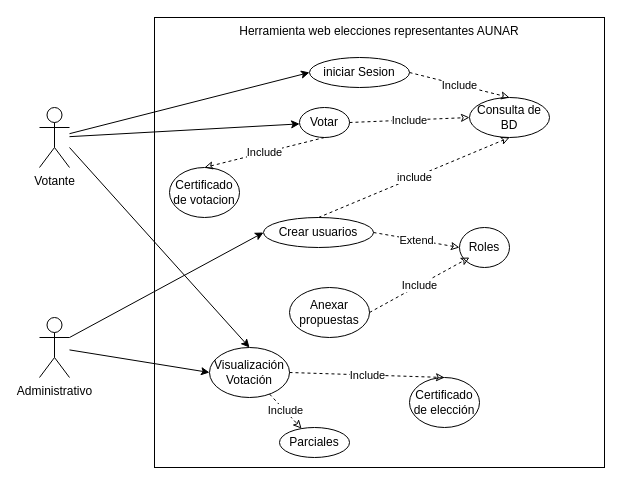
Earlier version of the draw.io diagram Casa de uso MS.drawio (Andres-Nicolas/Diagramas). Source tidied: cells renumbered, new cells numbered last; positions are measured from the earlier drawing's top-left corner, leaving out a move shared by most shapes. Both pictures are drawn from the tidied source at 100%, with x=0, y=0 at pixel (39, 17).
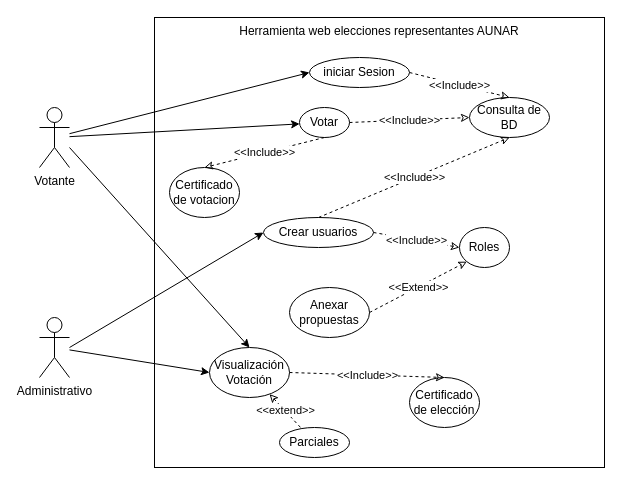
Above is the later version.

The change refers to these unchanged cells:
```xml
<mxCell id="6" value="Crear usuarios" style="ellipse;whiteSpace=wrap;html=1;" parent="1" vertex="1">
  <mxGeometry x="224" y="200" width="110" height="30" as="geometry" />
</mxCell>
<mxCell id="7" value="Votar" style="ellipse;whiteSpace=wrap;html=1;" parent="1" vertex="1">
  <mxGeometry x="260" y="90" width="50" height="30" as="geometry" />
</mxCell>
<mxCell id="8" value="Certificado de votacion" style="ellipse;whiteSpace=wrap;html=1;" parent="1" vertex="1">
  <mxGeometry x="130" y="150" width="70" height="50" as="geometry" />
</mxCell>
<mxCell id="9" value="Consulta de BD" style="ellipse;whiteSpace=wrap;html=1;" parent="1" vertex="1">
  <mxGeometry x="430" y="80" width="80" height="40" as="geometry" />
</mxCell>
<mxCell id="10" value="Anexar propuestas" style="ellipse;whiteSpace=wrap;html=1;" parent="1" vertex="1">
  <mxGeometry x="250" y="270" width="80" height="50" as="geometry" />
</mxCell>
<mxCell id="11" value="Roles" style="ellipse;whiteSpace=wrap;html=1;" parent="1" vertex="1">
  <mxGeometry x="420" y="210" width="50" height="40" as="geometry" />
</mxCell>
<mxCell id="12" value="iniciar Sesion" style="ellipse;whiteSpace=wrap;html=1;" parent="1" vertex="1">
  <mxGeometry x="270" y="40" width="100" height="30" as="geometry" />
</mxCell>
<mxCell id="19" value="Visualización Votación" style="ellipse;whiteSpace=wrap;html=1;" parent="1" vertex="1">
  <mxGeometry x="170" y="330" width="80" height="50" as="geometry" />
</mxCell>
<mxCell id="20" value="Parciales" style="ellipse;whiteSpace=wrap;html=1;" parent="1" vertex="1">
  <mxGeometry x="240" y="410" width="70" height="30" as="geometry" />
</mxCell>
<mxCell id="21" value="Certificado de elección" style="ellipse;whiteSpace=wrap;html=1;" parent="1" vertex="1">
  <mxGeometry x="370" y="360" width="70" height="50" as="geometry" />
</mxCell>
```

What changed in the source:
```diff
@@
-    <mxCell id="13" value="Include" style="endArrow=classic;dashed=1;html=1;rounded=0;exitX=1;exitY=0.5;exitDx=0;exitDy=0;entryX=0.5;entryY=0;entryDx=0;entryDy=0;endFill=0;" parent="1" edge="1" source="12" target="9">
+    <mxCell id="13" value="&amp;lt;&amp;lt;Include&amp;gt;&amp;gt;" style="endArrow=classic;dashed=1;html=1;rounded=0;exitX=1;exitY=0.5;exitDx=0;exitDy=0;entryX=0.5;entryY=0;entryDx=0;entryDy=0;endFill=0;" parent="1" edge="1" source="12" target="9">
       <mxGeometry relative="1" as="geometry" />
     </mxCell>
-    <mxCell id="14" value="include" style="endArrow=classic;dashed=1;html=1;rounded=0;exitX=0.5;exitY=0;exitDx=0;exitDy=0;entryX=0.5;entryY=1;entryDx=0;entryDy=0;endFill=0;" parent="1" edge="1" source="6" target="9">
+    <mxCell id="14" value="&amp;lt;&amp;lt;Include&amp;gt;&amp;gt;" style="endArrow=classic;dashed=1;html=1;rounded=0;exitX=0.5;exitY=0;exitDx=0;exitDy=0;entryX=0.5;entryY=1;entryDx=0;entryDy=0;endFill=0;" parent="1" edge="1" source="6" target="9">
       <mxGeometry relative="1" as="geometry" />
     </mxCell>
-    <mxCell id="15" value="Include" style="endArrow=classic;dashed=1;html=1;rounded=0;exitX=1;exitY=0.5;exitDx=0;exitDy=0;entryX=0;entryY=0.5;entryDx=0;entryDy=0;endFill=0;" parent="1" edge="1" source="7" target="9">
+    <mxCell id="15" value="&amp;lt;&amp;lt;Include&amp;gt;&amp;gt;" style="endArrow=classic;dashed=1;html=1;rounded=0;exitX=1;exitY=0.5;exitDx=0;exitDy=0;entryX=0;entryY=0.5;entryDx=0;entryDy=0;endFill=0;" parent="1" edge="1" source="7" target="9">
       <mxGeometry relative="1" as="geometry" />
     </mxCell>
-    <mxCell id="16" value="Include" style="endArrow=classic;dashed=1;html=1;rounded=0;exitX=0.5;exitY=1;exitDx=0;exitDy=0;entryX=0.5;entryY=0;entryDx=0;entryDy=0;endFill=0;" parent="1" edge="1" source="7" target="8">
+    <mxCell id="16" value="&amp;lt;&amp;lt;Include&amp;gt;&amp;gt;" style="endArrow=classic;dashed=1;html=1;rounded=0;exitX=0.5;exitY=1;exitDx=0;exitDy=0;entryX=0.5;entryY=0;entryDx=0;entryDy=0;endFill=0;" parent="1" edge="1" source="7" target="8">
       <mxGeometry relative="1" as="geometry" />
     </mxCell>
-    <mxCell id="17" value="Extend" style="endArrow=classic;dashed=1;html=1;rounded=0;exitX=1;exitY=0.5;exitDx=0;exitDy=0;entryX=0;entryY=0.5;entryDx=0;entryDy=0;endFill=0;" parent="1" edge="1" source="6" target="11">
+    <mxCell id="17" value="&amp;lt;&amp;lt;Include&amp;gt;&amp;gt;" style="endArrow=classic;dashed=1;html=1;rounded=0;exitX=1;exitY=0.5;exitDx=0;exitDy=0;entryX=0;entryY=0.5;entryDx=0;entryDy=0;endFill=0;" parent="1" edge="1" source="6" target="11">
       <mxGeometry relative="1" as="geometry" />
     </mxCell>
-    <mxCell id="18" value="Include" style="endArrow=classic;dashed=1;html=1;rounded=0;exitX=1;exitY=0.5;exitDx=0;exitDy=0;entryX=0;entryY=0.5;entryDx=0;entryDy=0;endFill=0;" parent="1" edge="1" source="10">
-      <mxGeometry relative="1" as="geometry">
-        <mxPoint x="430" y="240" as="targetPoint" />
-      </mxGeometry>
+    <mxCell id="18" value="&amp;lt;&amp;lt;Extend&amp;gt;&amp;gt;" style="endArrow=classic;dashed=1;html=1;rounded=0;exitX=1;exitY=0.5;exitDx=0;exitDy=0;entryX=0;entryY=1;entryDx=0;entryDy=0;endFill=0;startArrow=none;startFill=0;" parent="1" edge="1" source="10" target="11">
+      <mxGeometry relative="1" as="geometry" />
     </mxCell>
@@
     <mxCell id="24" style="rounded=0;jettySize=auto;html=1;entryX=0;entryY=0.5;entryDx=0;entryDy=0;" parent="1" edge="1" target="6">
       <mxGeometry relative="1" as="geometry">
-        <mxPoint x="30" y="320" as="sourcePoint" />
+        <mxPoint x="30" y="330" as="sourcePoint" />
       </mxGeometry>
     </mxCell>
@@
-    <mxCell id="26" value="Include" style="endArrow=classic;dashed=1;html=1;rounded=0;endFill=0;" parent="1" edge="1" source="19" target="20">
+    <mxCell id="26" value="&amp;lt;&amp;lt;extend&amp;gt;&amp;gt;" style="endArrow=none;dashed=1;html=1;rounded=0;endFill=0;startArrow=classic;startFill=0;" parent="1" edge="1" source="19" target="20">
       <mxGeometry relative="1" as="geometry" />
     </mxCell>
-    <mxCell id="27" value="Include" style="endArrow=classic;dashed=1;html=1;rounded=0;endFill=0;entryX=0.5;entryY=0;entryDx=0;entryDy=0;exitX=1;exitY=0.5;exitDx=0;exitDy=0;" parent="1" edge="1" source="19" target="21">
+    <mxCell id="27" value="&amp;lt;&amp;lt;Include&amp;gt;&amp;gt;" style="endArrow=classic;dashed=1;html=1;rounded=0;endFill=0;entryX=0.5;entryY=0;entryDx=0;entryDy=0;exitX=1;exitY=0.5;exitDx=0;exitDy=0;" parent="1" edge="1" source="19" target="21">
       <mxGeometry relative="1" as="geometry" />
     </mxCell>
```
